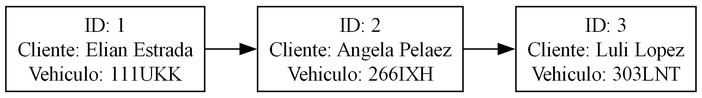
Above: Reportes/Viajes_General.png in miguel-tubac/EDD_Proyecto2_202101927 (Graphviz), before the change. Its source is kept beside it as Reportes/Viajes_General.dot. Source of this version:
```dot
digraph ListaEnlazada {
    rankdir=LR;
    node [shape=record];
    node0 [label="ID: 1\nCliente:  Elian  Estrada\nVehiculo: 111UKK"];
    node1 [label="ID: 2\nCliente:  Angela  Pelaez\nVehiculo: 266IXH"];
    node2 [label="ID: 3\nCliente:  Luli  Lopez\nVehiculo: 303LNT"];
    node0 -> node1;
    node1 -> node2;
}
```
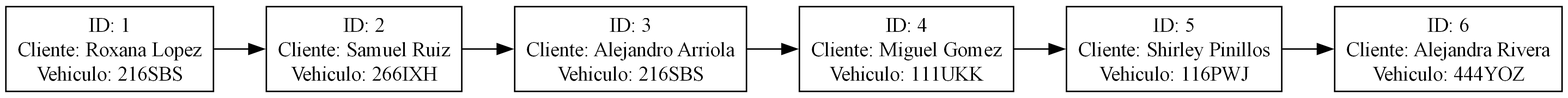
After the change.

Commit message:
Se agrego el top 5 viajes

What changed in the source:
```diff
@@ -1,9 +1,15 @@
 digraph ListaEnlazada {
     rankdir=LR;
     node [shape=record];
-    node0 [label="ID: 1\nCliente:  Elian  Estrada\nVehiculo: 111UKK"];
-    node1 [label="ID: 2\nCliente:  Angela  Pelaez\nVehiculo: 266IXH"];
-    node2 [label="ID: 3\nCliente:  Luli  Lopez\nVehiculo: 303LNT"];
+    node0 [label="ID: 1\nCliente:  Roxana  Lopez\nVehiculo: 216SBS"];
+    node1 [label="ID: 2\nCliente:  Samuel  Ruiz\nVehiculo: 266IXH"];
+    node2 [label="ID: 3\nCliente:  Alejandro  Arriola\nVehiculo: 216SBS"];
+    node3 [label="ID: 4\nCliente:  Miguel  Gomez\nVehiculo: 111UKK"];
+    node4 [label="ID: 5\nCliente:  Shirley  Pinillos\nVehiculo: 116PWJ"];
+    node5 [label="ID: 6\nCliente:  Alejandra  Rivera\nVehiculo: 444YOZ"];
     node0 -> node1;
     node1 -> node2;
+    node2 -> node3;
+    node3 -> node4;
+    node4 -> node5;
 }
```
